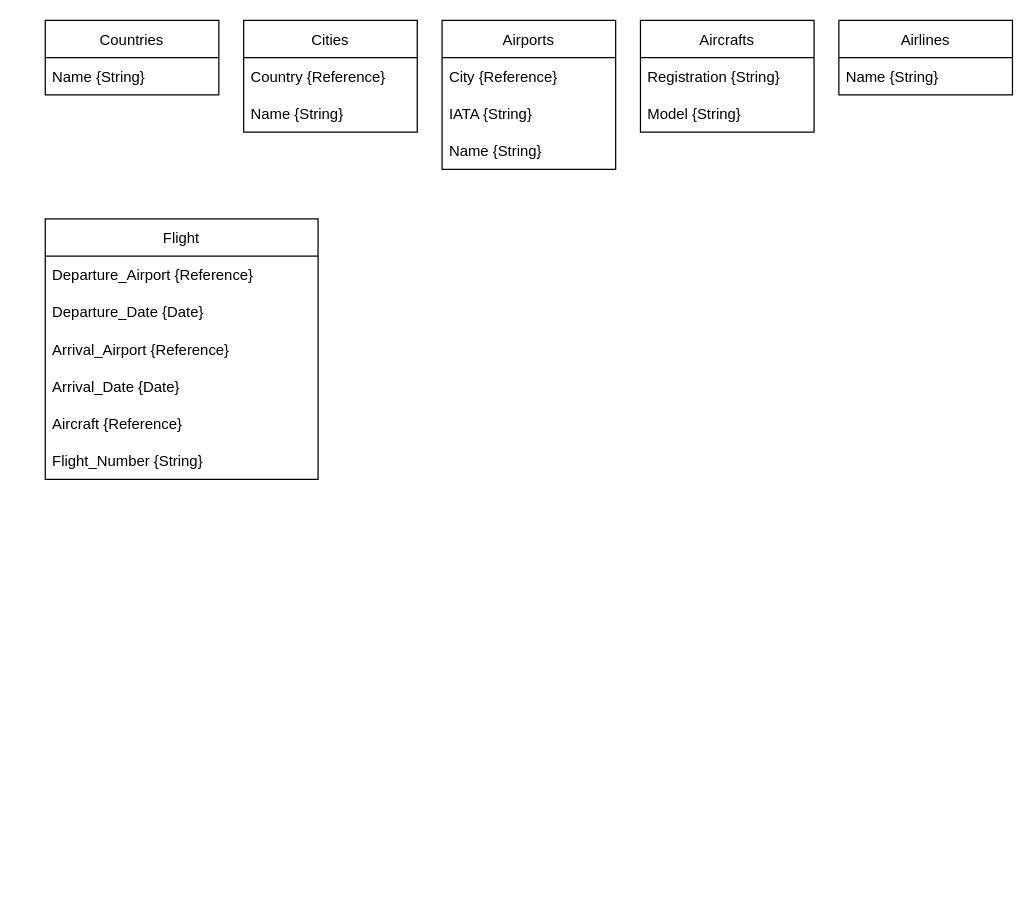
The draw.io diagram Backlog/BackEnd/Database/Diagram.drawio in BCNGEEKS/StoreFront, before the edit. Source tidied: cells renumbered, new cells numbered last; positions are measured from the earlier drawing's top-left corner, leaving out a move shared by most shapes. Both pictures are drawn from the tidied source at 124%, with x=0, y=0 at pixel (45, 20).
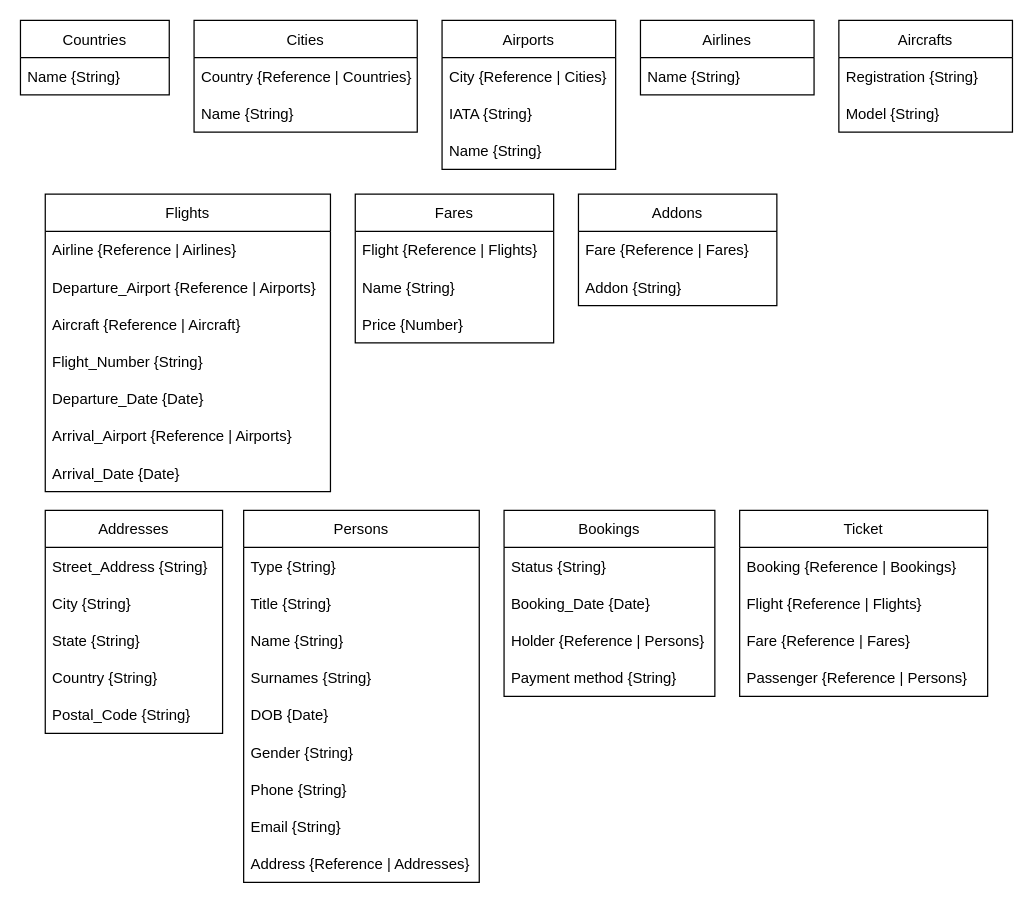
The same diagram, later.

Unchanged cells that the change refers to:
```xml
<mxCell id="7" value="Airports" style="swimlane;fontStyle=0;horizontal=1;startSize=30;" parent="1" vertex="1">
  <mxGeometry x="320" width="140" height="120" as="geometry" />
</mxCell>
```

What changed in the source:
```diff
@@
     <mxCell id="2" value="Countries" style="swimlane;fontStyle=0;horizontal=1;startSize=30;" parent="1" vertex="1">
-      <mxGeometry width="140" height="60" as="geometry" />
+      <mxGeometry x="-20" width="120" height="60" as="geometry" />
     </mxCell>
     <mxCell id="3" value="Name {String}" style="text;strokeColor=none;fillColor=none;align=left;verticalAlign=middle;spacingLeft=4;spacingRight=4;overflow=hidden;" parent="2" vertex="1">
-      <mxGeometry y="30" width="140" height="30" as="geometry" />
+      <mxGeometry y="30" width="120" height="30" as="geometry" />
     </mxCell>
     <mxCell id="4" value="Cities" style="swimlane;fontStyle=0;horizontal=1;startSize=30;" parent="1" vertex="1">
-      <mxGeometry x="160" width="140" height="90" as="geometry" />
+      <mxGeometry x="120" width="180" height="90" as="geometry" />
     </mxCell>
-    <mxCell id="5" value="Country {Reference}" style="text;strokeColor=none;fillColor=none;align=left;verticalAlign=middle;spacingLeft=4;spacingRight=4;overflow=hidden;" parent="4" vertex="1">
-      <mxGeometry y="30" width="140" height="30" as="geometry" />
+    <mxCell id="5" value="Country {Reference | Countries}" style="text;strokeColor=none;fillColor=none;align=left;verticalAlign=middle;spacingLeft=4;spacingRight=4;overflow=hidden;" parent="4" vertex="1">
+      <mxGeometry y="30" width="180" height="30" as="geometry" />
     </mxCell>
     <mxCell id="6" value="Name {String}" style="text;strokeColor=none;fillColor=none;align=left;verticalAlign=middle;spacingLeft=4;spacingRight=4;overflow=hidden;" parent="4" vertex="1">
-      <mxGeometry y="60" width="140" height="30" as="geometry" />
+      <mxGeometry y="60" width="180" height="30" as="geometry" />
     </mxCell>
@@
-    <mxCell id="8" value="City {Reference}" style="text;strokeColor=none;fillColor=none;align=left;verticalAlign=middle;spacingLeft=4;spacingRight=4;overflow=hidden;" parent="7" vertex="1">
+    <mxCell id="8" value="City {Reference | Cities}" style="text;strokeColor=none;fillColor=none;align=left;verticalAlign=middle;spacingLeft=4;spacingRight=4;overflow=hidden;" parent="7" vertex="1">
       <mxGeometry y="30" width="140" height="30" as="geometry" />
     </mxCell>
@@
     <mxCell id="11" value="Aircrafts" style="swimlane;fontStyle=0;horizontal=1;startSize=30;" parent="1" vertex="1">
-      <mxGeometry x="480" width="140" height="90" as="geometry" />
+      <mxGeometry x="640" width="140" height="90" as="geometry" />
     </mxCell>
@@
     <mxCell id="14" value="Airlines" style="swimlane;fontStyle=0;horizontal=1;startSize=30;" parent="1" vertex="1">
-      <mxGeometry x="640" width="140" height="60" as="geometry" />
+      <mxGeometry x="480" width="140" height="60" as="geometry" />
     </mxCell>
@@
-    <mxCell id="16" value="Flight" style="swimlane;fontStyle=0;horizontal=1;startSize=30;" parent="1" vertex="1">
-      <mxGeometry y="160" width="220" height="210" as="geometry" />
+    <mxCell id="16" value="Flights" style="swimlane;fontStyle=0;horizontal=1;startSize=30;" parent="1" vertex="1">
+      <mxGeometry y="140" width="230" height="240" as="geometry" />
     </mxCell>
+    <mxCell id="23" value="Airline {Reference | Airlines}" style="text;strokeColor=none;fillColor=none;align=left;verticalAlign=middle;spacingLeft=4;spacingRight=4;overflow=hidden;" parent="16" vertex="1">
+      <mxGeometry y="30" width="230" height="30" as="geometry" />
+    </mxCell>
-    <mxCell id="17" value="Departure_Airport {Reference}" style="text;strokeColor=none;fillColor=none;align=left;verticalAlign=middle;spacingLeft=4;spacingRight=4;overflow=hidden;" parent="16" vertex="1">
-      <mxGeometry y="30" width="220" height="30" as="geometry" />
+    <mxCell id="17" value="Departure_Airport {Reference | Airports}" style="text;strokeColor=none;fillColor=none;align=left;verticalAlign=middle;spacingLeft=4;spacingRight=4;overflow=hidden;" parent="16" vertex="1">
+      <mxGeometry y="60" width="230" height="30" as="geometry" />
     </mxCell>
+    <mxCell id="21" value="Aircraft {Reference | Aircraft}" style="text;strokeColor=none;fillColor=none;align=left;verticalAlign=middle;spacingLeft=4;spacingRight=4;overflow=hidden;" parent="16" vertex="1">
+      <mxGeometry y="90" width="230" height="30" as="geometry" />
+    </mxCell>
+    <mxCell id="22" value="Flight_Number {String}" style="text;strokeColor=none;fillColor=none;align=left;verticalAlign=middle;spacingLeft=4;spacingRight=4;overflow=hidden;" parent="16" vertex="1">
+      <mxGeometry y="120" width="230" height="30" as="geometry" />
+    </mxCell>
     <mxCell id="18" value="Departure_Date {Date}" style="text;strokeColor=none;fillColor=none;align=left;verticalAlign=middle;spacingLeft=4;spacingRight=4;overflow=hidden;" parent="16" vertex="1">
-      <mxGeometry y="60" width="220" height="30" as="geometry" />
+      <mxGeometry y="150" width="230" height="30" as="geometry" />
     </mxCell>
-    <mxCell id="19" value="Arrival_Airport {Reference}" style="text;strokeColor=none;fillColor=none;align=left;verticalAlign=middle;spacingLeft=4;spacingRight=4;overflow=hidden;" parent="16" vertex="1">
-      <mxGeometry y="90" width="220" height="30" as="geometry" />
+    <mxCell id="19" value="Arrival_Airport {Reference | Airports}" style="text;strokeColor=none;fillColor=none;align=left;verticalAlign=middle;spacingLeft=4;spacingRight=4;overflow=hidden;" parent="16" vertex="1">
+      <mxGeometry y="180" width="230" height="30" as="geometry" />
     </mxCell>
     <mxCell id="20" value="Arrival_Date {Date}" style="text;strokeColor=none;fillColor=none;align=left;verticalAlign=middle;spacingLeft=4;spacingRight=4;overflow=hidden;" parent="16" vertex="1">
-      <mxGeometry y="120" width="220" height="30" as="geometry" />
+      <mxGeometry y="210" width="230" height="30" as="geometry" />
     </mxCell>
-    <mxCell id="21" value="Aircraft {Reference}" style="text;strokeColor=none;fillColor=none;align=left;verticalAlign=middle;spacingLeft=4;spacingRight=4;overflow=hidden;" parent="16" vertex="1">
-      <mxGeometry y="150" width="220" height="30" as="geometry" />
-    </mxCell>
-    <mxCell id="22" value="Flight_Number {String}" style="text;strokeColor=none;fillColor=none;align=left;verticalAlign=middle;spacingLeft=4;spacingRight=4;overflow=hidden;" parent="16" vertex="1">
-      <mxGeometry y="180" width="220" height="30" as="geometry" />
-    </mxCell>
+    <mxCell id="24" value="Ticket" style="swimlane;fontStyle=0;horizontal=1;startSize=30;" parent="1" vertex="1">
+      <mxGeometry x="560" y="395" width="200" height="150" as="geometry" />
+    </mxCell>
+    <mxCell id="25" value="Booking {Reference | Bookings}" style="text;strokeColor=none;fillColor=none;align=left;verticalAlign=middle;spacingLeft=4;spacingRight=4;overflow=hidden;" parent="24" vertex="1">
+      <mxGeometry y="30" width="200" height="30" as="geometry" />
+    </mxCell>
+    <mxCell id="26" value="Flight {Reference | Flights}" style="text;strokeColor=none;fillColor=none;align=left;verticalAlign=middle;spacingLeft=4;spacingRight=4;overflow=hidden;" parent="24" vertex="1">
+      <mxGeometry y="60" width="200" height="30" as="geometry" />
+    </mxCell>
+    <mxCell id="27" value="Fare {Reference | Fares}" style="text;strokeColor=none;fillColor=none;align=left;verticalAlign=middle;spacingLeft=4;spacingRight=4;overflow=hidden;" parent="24" vertex="1">
+      <mxGeometry y="90" width="200" height="30" as="geometry" />
+    </mxCell>
+    <mxCell id="28" value="Passenger {Reference | Persons}" style="text;strokeColor=none;fillColor=none;align=left;verticalAlign=middle;spacingLeft=4;spacingRight=4;overflow=hidden;" parent="24" vertex="1">
+      <mxGeometry y="120" width="200" height="30" as="geometry" />
+    </mxCell>
+    <mxCell id="29" value="Addons" style="swimlane;fontStyle=0;horizontal=1;startSize=30;" parent="1" vertex="1">
+      <mxGeometry x="430" y="140" width="160" height="90" as="geometry" />
+    </mxCell>
+    <mxCell id="30" value="Fare {Reference | Fares}" style="text;strokeColor=none;fillColor=none;align=left;verticalAlign=middle;spacingLeft=4;spacingRight=4;overflow=hidden;" parent="29" vertex="1">
+      <mxGeometry y="30" width="160" height="30" as="geometry" />
+    </mxCell>
+    <mxCell id="31" value="Addon {String}" style="text;strokeColor=none;fillColor=none;align=left;verticalAlign=middle;spacingLeft=4;spacingRight=4;overflow=hidden;" parent="29" vertex="1">
+      <mxGeometry y="60" width="160" height="30" as="geometry" />
+    </mxCell>
+    <mxCell id="32" value="Bookings" style="swimlane;fontStyle=0;horizontal=1;startSize=30;" parent="1" vertex="1">
+      <mxGeometry x="370" y="395" width="170" height="150" as="geometry" />
+    </mxCell>
+    <mxCell id="33" value="Status {String}" style="text;strokeColor=none;fillColor=none;align=left;verticalAlign=middle;spacingLeft=4;spacingRight=4;overflow=hidden;" parent="32" vertex="1">
+      <mxGeometry y="30" width="170" height="30" as="geometry" />
+    </mxCell>
+    <mxCell id="34" value="Booking_Date {Date}" style="text;strokeColor=none;fillColor=none;align=left;verticalAlign=middle;spacingLeft=4;spacingRight=4;overflow=hidden;" parent="32" vertex="1">
+      <mxGeometry y="60" width="170" height="30" as="geometry" />
+    </mxCell>
+    <mxCell id="35" value="Holder {Reference | Persons}" style="text;strokeColor=none;fillColor=none;align=left;verticalAlign=middle;spacingLeft=4;spacingRight=4;overflow=hidden;" parent="32" vertex="1">
+      <mxGeometry y="90" width="170" height="30" as="geometry" />
+    </mxCell>
+    <mxCell id="36" value="Payment method {String}" style="text;strokeColor=none;fillColor=none;align=left;verticalAlign=middle;spacingLeft=4;spacingRight=4;overflow=hidden;" parent="32" vertex="1">
+      <mxGeometry y="120" width="170" height="30" as="geometry" />
+    </mxCell>
+    <mxCell id="37" value="Persons" style="swimlane;fontStyle=0;horizontal=1;startSize=30;" parent="1" vertex="1">
+      <mxGeometry x="160" y="395" width="190" height="300" as="geometry" />
+    </mxCell>
+    <mxCell id="38" value="Type {String}" style="text;strokeColor=none;fillColor=none;align=left;verticalAlign=middle;spacingLeft=4;spacingRight=4;overflow=hidden;" parent="37" vertex="1">
+      <mxGeometry y="30" width="190" height="30" as="geometry" />
+    </mxCell>
+    <mxCell id="39" value="Title {String}" style="text;strokeColor=none;fillColor=none;align=left;verticalAlign=middle;spacingLeft=4;spacingRight=4;overflow=hidden;" parent="37" vertex="1">
+      <mxGeometry y="60" width="190" height="30" as="geometry" />
+    </mxCell>
+    <mxCell id="40" value="Name {String}" style="text;strokeColor=none;fillColor=none;align=left;verticalAlign=middle;spacingLeft=4;spacingRight=4;overflow=hidden;" parent="37" vertex="1">
+      <mxGeometry y="90" width="190" height="30" as="geometry" />
+    </mxCell>
+    <mxCell id="41" value="Surnames {String}" style="text;strokeColor=none;fillColor=none;align=left;verticalAlign=middle;spacingLeft=4;spacingRight=4;overflow=hidden;" parent="37" vertex="1">
+      <mxGeometry y="120" width="190" height="30" as="geometry" />
+    </mxCell>
+    <mxCell id="42" value="DOB {Date}" style="text;strokeColor=none;fillColor=none;align=left;verticalAlign=middle;spacingLeft=4;spacingRight=4;overflow=hidden;" parent="37" vertex="1">
+      <mxGeometry y="150" width="190" height="30" as="geometry" />
+    </mxCell>
+    <mxCell id="43" value="Gender {String}" style="text;strokeColor=none;fillColor=none;align=left;verticalAlign=middle;spacingLeft=4;spacingRight=4;overflow=hidden;" parent="37" vertex="1">
+      <mxGeometry y="180" width="190" height="30" as="geometry" />
+    </mxCell>
+    <mxCell id="44" value="Phone {String}" style="text;strokeColor=none;fillColor=none;align=left;verticalAlign=middle;spacingLeft=4;spacingRight=4;overflow=hidden;" parent="37" vertex="1">
+      <mxGeometry y="210" width="190" height="30" as="geometry" />
+    </mxCell>
+    <mxCell id="45" value="Email {String}" style="text;strokeColor=none;fillColor=none;align=left;verticalAlign=middle;spacingLeft=4;spacingRight=4;overflow=hidden;" parent="37" vertex="1">
+      <mxGeometry y="240" width="190" height="30" as="geometry" />
+    </mxCell>
+    <mxCell id="46" value="Address {Reference | Addresses}" style="text;strokeColor=none;fillColor=none;align=left;verticalAlign=middle;spacingLeft=4;spacingRight=4;overflow=hidden;" parent="37" vertex="1">
+      <mxGeometry y="270" width="190" height="30" as="geometry" />
+    </mxCell>
+    <mxCell id="47" value="Fares" style="swimlane;fontStyle=0;horizontal=1;startSize=30;" parent="1" vertex="1">
+      <mxGeometry x="250" y="140" width="160" height="120" as="geometry" />
+    </mxCell>
+    <mxCell id="48" value="Flight {Reference | Flights}" style="text;strokeColor=none;fillColor=none;align=left;verticalAlign=middle;spacingLeft=4;spacingRight=4;overflow=hidden;" parent="47" vertex="1">
+      <mxGeometry y="30" width="160" height="30" as="geometry" />
+    </mxCell>
+    <mxCell id="49" value="Name {String}" style="text;strokeColor=none;fillColor=none;align=left;verticalAlign=middle;spacingLeft=4;spacingRight=4;overflow=hidden;" parent="47" vertex="1">
+      <mxGeometry y="60" width="160" height="30" as="geometry" />
+    </mxCell>
+    <mxCell id="50" value="Price {Number}" style="text;strokeColor=none;fillColor=none;align=left;verticalAlign=middle;spacingLeft=4;spacingRight=4;overflow=hidden;" parent="47" vertex="1">
+      <mxGeometry y="90" width="160" height="30" as="geometry" />
+    </mxCell>
+    <mxCell id="51" value="Addresses" style="swimlane;fontStyle=0;horizontal=1;startSize=30;" parent="1" vertex="1">
+      <mxGeometry y="395" width="143" height="180" as="geometry" />
+    </mxCell>
+    <mxCell id="52" value="Street_Address {String}" style="text;strokeColor=none;fillColor=none;align=left;verticalAlign=middle;spacingLeft=4;spacingRight=4;overflow=hidden;" parent="51" vertex="1">
+      <mxGeometry y="30" width="143" height="30" as="geometry" />
+    </mxCell>
+    <mxCell id="53" value="City {String}" style="text;strokeColor=none;fillColor=none;align=left;verticalAlign=middle;spacingLeft=4;spacingRight=4;overflow=hidden;" parent="51" vertex="1">
+      <mxGeometry y="60" width="143" height="30" as="geometry" />
+    </mxCell>
+    <mxCell id="54" value="State {String}" style="text;strokeColor=none;fillColor=none;align=left;verticalAlign=middle;spacingLeft=4;spacingRight=4;overflow=hidden;" parent="51" vertex="1">
+      <mxGeometry y="90" width="143" height="30" as="geometry" />
+    </mxCell>
+    <mxCell id="55" value="Country {String}" style="text;strokeColor=none;fillColor=none;align=left;verticalAlign=middle;spacingLeft=4;spacingRight=4;overflow=hidden;" parent="51" vertex="1">
+      <mxGeometry y="120" width="143" height="30" as="geometry" />
+    </mxCell>
+    <mxCell id="56" value="Postal_Code {String}" style="text;strokeColor=none;fillColor=none;align=left;verticalAlign=middle;spacingLeft=4;spacingRight=4;overflow=hidden;" parent="51" vertex="1">
+      <mxGeometry y="150" width="143" height="30" as="geometry" />
+    </mxCell>
```
